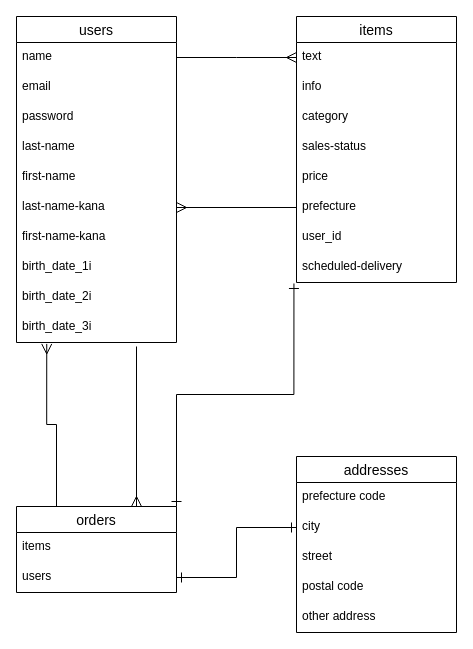
Before: furima.dio in akira358/furima-35081, a draw.io diagram. Source tidied: cells renumbered, new cells numbered last; positions are measured from the earlier drawing's top-left corner, leaving out a move shared by most shapes. Both pictures are drawn from the tidied source at 100%, with x=0, y=0 at pixel (16, 16).
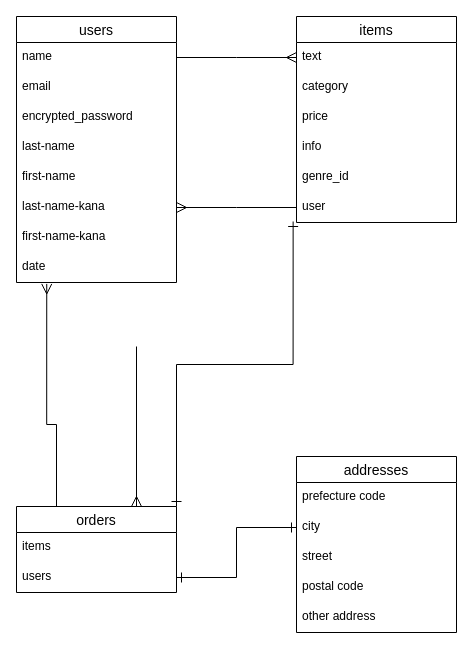
Above is the later version.

Commit message (it also covers changes not shown here):
データベース設計　修正

Unchanged cells that the change refers to:
```xml
<mxCell id="8" value="last-name-kana" style="text;strokeColor=none;fillColor=none;spacingLeft=4;spacingRight=4;overflow=hidden;points=[[0,0.5],[1,0.5]];portConstraint=eastwest;fontSize=12;" parent="2" vertex="1">
  <mxGeometry y="176" width="160" height="30" as="geometry" />
</mxCell>
<mxCell id="25" value="orders" style="swimlane;fontStyle=0;horizontal=1;startSize=26;align=center;fontSize=14;" parent="1" vertex="1">
  <mxGeometry y="490" width="160" height="86" as="geometry" />
</mxCell>
```

Diff of the diagram source:
```diff
@@
     <mxCell id="2" value="users" style="swimlane;fontStyle=0;horizontal=1;startSize=26;align=center;fontSize=14;" parent="1" vertex="1">
-      <mxGeometry width="160" height="326" as="geometry" />
+      <mxGeometry width="160" height="266" as="geometry" />
     </mxCell>
@@
-    <mxCell id="5" value="password" style="text;strokeColor=none;fillColor=none;spacingLeft=4;spacingRight=4;overflow=hidden;fontSize=12;" parent="2" vertex="1">
+    <mxCell id="5" value="encrypted_password" style="text;strokeColor=none;fillColor=none;spacingLeft=4;spacingRight=4;overflow=hidden;fontSize=12;" parent="2" vertex="1">
       <mxGeometry y="86" width="160" height="30" as="geometry" />
     </mxCell>
@@
-    <mxCell id="10" value="birth_date_1i" style="text;strokeColor=none;fillColor=none;spacingLeft=4;spacingRight=4;overflow=hidden;fontSize=12;" parent="2" vertex="1">
-      <mxGeometry y="236" width="160" height="30" as="geometry" />
-    </mxCell>
-    <mxCell id="11" value="birth_date_2i" style="text;strokeColor=none;fillColor=none;spacingLeft=4;spacingRight=4;overflow=hidden;fontSize=12;" parent="2" vertex="1">
-      <mxGeometry y="266" width="160" height="30" as="geometry" />
-    </mxCell>
-    <mxCell id="12" value="birth_date_3i" style="text;strokeColor=none;fillColor=none;spacingLeft=4;spacingRight=4;overflow=hidden;points=[[0,0.5],[1,0.5]];portConstraint=eastwest;fontSize=12;" parent="2" vertex="1">
-      <mxGeometry y="296" width="160" height="30" as="geometry" />
+    <mxCell id="12" value="date" style="text;strokeColor=none;fillColor=none;spacingLeft=4;spacingRight=4;overflow=hidden;points=[[0,0.5],[1,0.5]];portConstraint=eastwest;fontSize=12;" parent="2" vertex="1">
+      <mxGeometry y="236" width="160" height="30" as="geometry" />
     </mxCell>
     <mxCell id="13" value="items" style="swimlane;fontStyle=0;horizontal=1;startSize=26;align=center;fontSize=14;" parent="1" vertex="1">
-      <mxGeometry x="280" width="160" height="266" as="geometry" />
+      <mxGeometry x="280" width="160" height="206" as="geometry" />
     </mxCell>
@@
+    <mxCell id="16" value="category" style="text;strokeColor=none;fillColor=none;spacingLeft=4;spacingRight=4;overflow=hidden;fontSize=12;" parent="13" vertex="1">
+      <mxGeometry y="56" width="160" height="30" as="geometry" />
+    </mxCell>
+    <mxCell id="18" value="price" style="text;strokeColor=none;fillColor=none;spacingLeft=4;spacingRight=4;overflow=hidden;fontSize=12;" parent="13" vertex="1">
+      <mxGeometry y="86" width="160" height="30" as="geometry" />
+    </mxCell>
     <mxCell id="15" value="info" style="text;strokeColor=none;fillColor=none;spacingLeft=4;spacingRight=4;overflow=hidden;fontSize=12;" parent="13" vertex="1">
-      <mxGeometry y="56" width="160" height="30" as="geometry" />
+      <mxGeometry y="116" width="160" height="30" as="geometry" />
     </mxCell>
-    <mxCell id="16" value="category" style="text;strokeColor=none;fillColor=none;spacingLeft=4;spacingRight=4;overflow=hidden;fontSize=12;" parent="13" vertex="1">
-      <mxGeometry y="86" width="160" height="30" as="geometry" />
-    </mxCell>
-    <mxCell id="17" value="sales-status" style="text;strokeColor=none;fillColor=none;spacingLeft=4;spacingRight=4;overflow=hidden;fontSize=12;" parent="13" vertex="1">
-      <mxGeometry y="116" width="160" height="30" as="geometry" />
+    <mxCell id="17" value="genre_id" style="text;strokeColor=none;fillColor=none;spacingLeft=4;spacingRight=4;overflow=hidden;fontSize=12;" parent="13" vertex="1">
+      <mxGeometry y="146" width="160" height="30" as="geometry" />
     </mxCell>
-    <mxCell id="18" value="price" style="text;strokeColor=none;fillColor=none;spacingLeft=4;spacingRight=4;overflow=hidden;fontSize=12;" parent="13" vertex="1">
-      <mxGeometry y="146" width="160" height="30" as="geometry" />
-    </mxCell>
-    <mxCell id="19" value="prefecture" style="text;strokeColor=none;fillColor=none;spacingLeft=4;spacingRight=4;overflow=hidden;points=[[0,0.5],[1,0.5]];portConstraint=eastwest;fontSize=12;" parent="13" vertex="1">
-      <mxGeometry y="176" width="160" height="30" as="geometry" />
-    </mxCell>
-    <mxCell id="20" value="user_id" style="text;strokeColor=none;fillColor=none;spacingLeft=4;spacingRight=4;overflow=hidden;points=[[0,0.5],[1,0.5]];portConstraint=eastwest;fontSize=12;" parent="13" vertex="1">
-      <mxGeometry y="206" width="160" height="30" as="geometry" />
+    <mxCell id="20" value="user" style="text;strokeColor=none;fillColor=none;spacingLeft=4;spacingRight=4;overflow=hidden;points=[[0,0.5],[1,0.5]];portConstraint=eastwest;fontSize=12;" parent="13" vertex="1">
+      <mxGeometry y="176" width="160" height="30" as="geometry" />
     </mxCell>
-    <mxCell id="21" value="scheduled-delivery" style="text;strokeColor=none;fillColor=none;spacingLeft=4;spacingRight=4;overflow=hidden;points=[[0,0.5],[1,0.5]];portConstraint=eastwest;fontSize=12;" parent="13" vertex="1">
-      <mxGeometry y="236" width="160" height="30" as="geometry" />
-    </mxCell>
-    <mxCell id="22" style="edgeStyle=orthogonalEdgeStyle;rounded=0;jettySize=auto;html=1;exitX=1;exitY=0;exitDx=0;exitDy=0;entryX=-0.016;entryY=1.033;entryDx=0;entryDy=0;entryPerimeter=0;startArrow=ERone;startFill=0;startSize=8;endArrow=ERone;endFill=0;endSize=8;targetPerimeterSpacing=4;" parent="1" edge="1" source="25" target="21">
+    <mxCell id="22" style="edgeStyle=orthogonalEdgeStyle;rounded=0;jettySize=auto;html=1;exitX=1;exitY=0;exitDx=0;exitDy=0;entryX=-0.021;entryY=0.967;entryDx=0;entryDy=0;entryPerimeter=0;startArrow=ERone;startFill=0;startSize=8;endArrow=ERone;endFill=0;endSize=8;targetPerimeterSpacing=4;" parent="1" edge="1" source="25" target="20">
       <mxGeometry relative="1" as="geometry" />
     </mxCell>
@@
-    <mxCell id="35" style="edgeStyle=orthogonalEdgeStyle;rounded=0;jettySize=auto;html=1;exitX=1;exitY=0.5;exitDx=0;exitDy=0;entryX=0;entryY=0.5;entryDx=0;entryDy=0;startArrow=ERmany;startFill=0;startSize=8;endArrow=none;endFill=0;endSize=8;targetPerimeterSpacing=11;sourcePerimeterSpacing=11;" parent="1" edge="1" source="8" target="19">
-      <mxGeometry relative="1" as="geometry" />
+    <mxCell id="35" style="edgeStyle=orthogonalEdgeStyle;rounded=0;jettySize=auto;html=1;exitX=1;exitY=0.5;exitDx=0;exitDy=0;entryX=0;entryY=0.5;entryDx=0;entryDy=0;startArrow=ERmany;startFill=0;startSize=8;endArrow=none;endFill=0;endSize=8;targetPerimeterSpacing=11;sourcePerimeterSpacing=11;" parent="1" edge="1" source="8">
+      <mxGeometry relative="1" as="geometry">
+        <mxPoint x="280" y="191" as="targetPoint" />
+      </mxGeometry>
     </mxCell>
```
